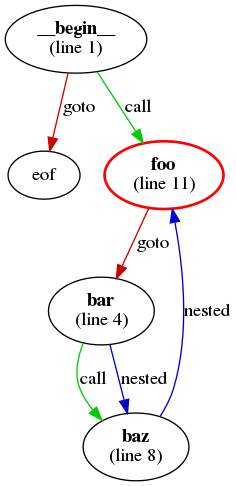
The Graphviz diagram examples/example1-noshowall.png in microsoft/cmd-call-graph, before a commit. Its source is kept beside it as examples/example1-noshowall.dot.
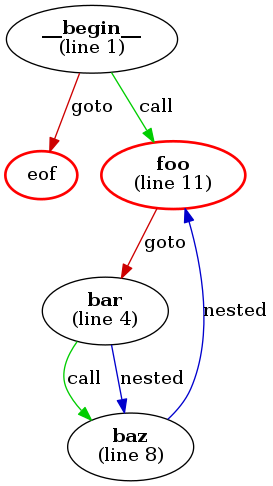
The same diagram one commit later.

The edit, as a diff of the source:
```diff
@@ -1,12 +1,13 @@
 digraph g {
-__begin__ [label=<<b>__begin__</b><br />(line 1)>]
-__begin__ -> eof [label=goto,color=red3]
-__begin__ -> foo [label=call,color=green3]
-bar [label=<<b>bar</b><br />(line 4)>]
-bar -> baz [label=call,color=green3]
-bar -> baz [label=nested,color=blue3]
-baz [label=<<b>baz</b><br />(line 8)>]
-baz -> foo [label=nested,color=blue3]
-foo [label=<<b>foo</b><br />(line 11)>,color=red,penwidth=2]
-foo -> bar [label=goto,color=red3]
+"__begin__" [label=<<b>__begin__</b><br />(line 1)>]
+"__begin__" -> "eof" [label=goto,color=red3]
+"__begin__" -> "foo" [label=call,color=green3]
+"bar" [label=<<b>bar</b><br />(line 4)>]
+"bar" -> "baz" [label=call,color=green3]
+"bar" -> "baz" [label=nested,color=blue3]
+"baz" [label=<<b>baz</b><br />(line 8)>]
+"baz" -> "foo" [label=nested,color=blue3]
+"eof" [color=red,penwidth=2]
+"foo" [label=<<b>foo</b><br />(line 11)>,color=red,penwidth=2]
+"foo" -> "bar" [label=goto,color=red3]
 }
```
